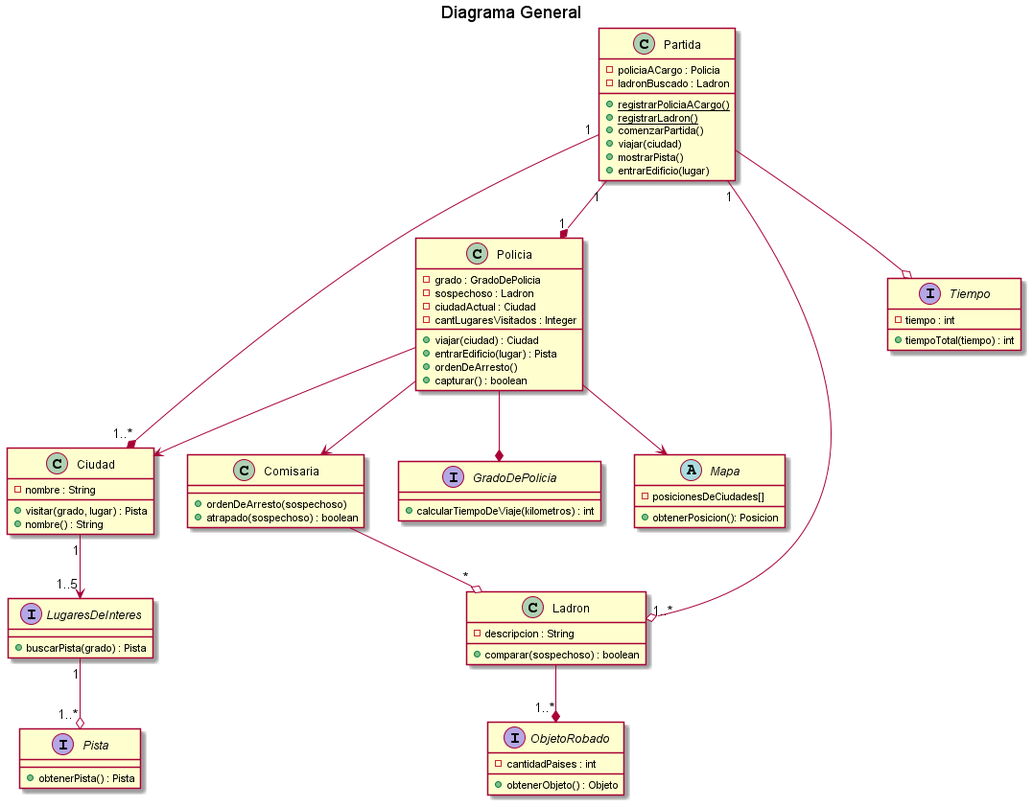
This is diagrams/classes/DC_general.png from kmu01/Algo3_tp2, a PlantUML export, as it was before one commit.
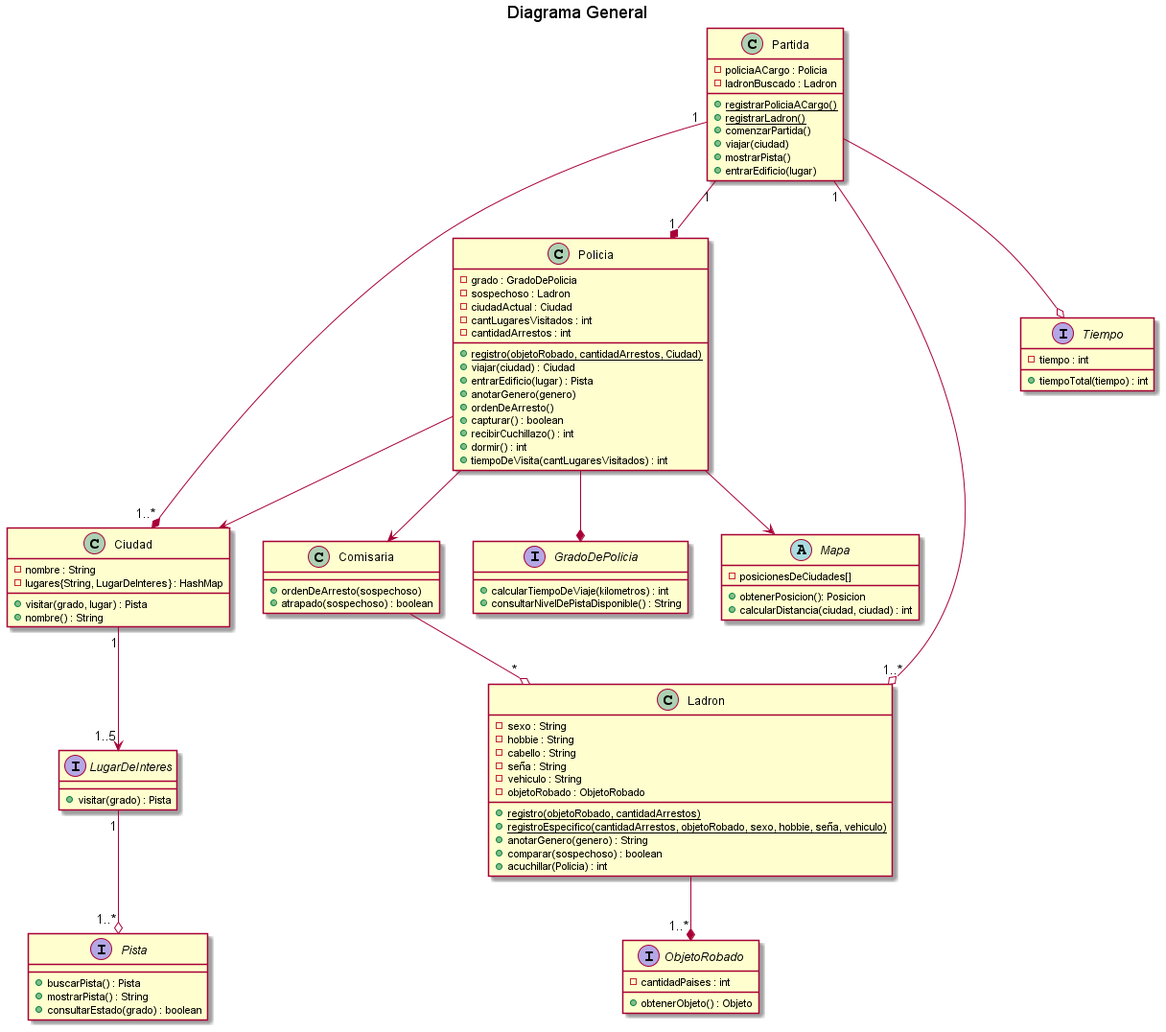
Later version of the same file.

Commit message:
Actualizo diagramas con nomenclaturas a observar

Diff of the diagram source:
```diff
@@ -4,6 +4,7 @@
 
 class Ciudad{
     - nombre : String
+    - lugares{String, LugarDeInteres} : HashMap
     + visitar(grado, lugar) : Pista
     + nombre() : String
 
@@ -24,36 +25,55 @@
     + atrapado(sospechoso) : boolean
 }
 class Ladron{
-    - descripcion : String
+    - sexo : String
+    - hobbie : String
+    - cabello : String
+    - seña : String
+    - vehiculo : String
+    - objetoRobado : ObjetoRobado
+    + {static} registro(objetoRobado, cantidadArrestos)
+    + {static} registroEspecifico(cantidadArrestos, objetoRobado, sexo, hobbie, seña, vehiculo)
+    + anotarGenero(genero) : String
     + comparar(sospechoso) : boolean
+    + acuchillar(Policia) : int
 }
 
 class Policia{
     - grado : GradoDePolicia
     - sospechoso : Ladron
     - ciudadActual : Ciudad
-    - cantLugaresVisitados : Integer
+    - cantLugaresVisitados : int
+    - cantidadArrestos : int
+    + {static} registro(objetoRobado, cantidadArrestos, Ciudad)
     + viajar(ciudad) : Ciudad
     + entrarEdificio(lugar) : Pista
+    + anotarGenero(genero)
     + ordenDeArresto()
     + capturar() : boolean
+    + recibirCuchillazo() : int
+    + dormir() : int
+    + tiempoDeVisita(cantLugaresVisitados) : int
 }
 
 abstract Mapa{
-    -posicionesDeCiudades[]
-    +obtenerPosicion(): Posicion
+    - posicionesDeCiudades[]
+    + obtenerPosicion(): Posicion
+    + calcularDistancia(ciudad, ciudad) : int
 }
 
 interface GradoDePolicia{
     + calcularTiempoDeViaje(kilometros) : int
+    + consultarNivelDePistaDisponible() : String
 }
 
-interface LugaresDeInteres{
-    + buscarPista(grado) : Pista
+interface LugarDeInteres{
+    + visitar(grado) : Pista
 }
 
 interface Pista{
-    + obtenerPista() : Pista
+    + buscarPista() : Pista
+    + mostrarPista() : String
+    + consultarEstado(grado) : boolean
 }
 
 interface ObjetoRobado{
@@ -75,8 +95,8 @@
 Policia --> Mapa
 Partida "1" --* "1..*" Ciudad
 Policia --> Ciudad
-Ciudad "1" --> "1..5"LugaresDeInteres
-LugaresDeInteres "1" --o "1..*" Pista
+Ciudad "1" --> "1..5"LugarDeInteres
+LugarDeInteres "1" --o "1..*" Pista
 Ladron --* "1..*" ObjetoRobado
 Comisaria --o "*" Ladron
 
```
